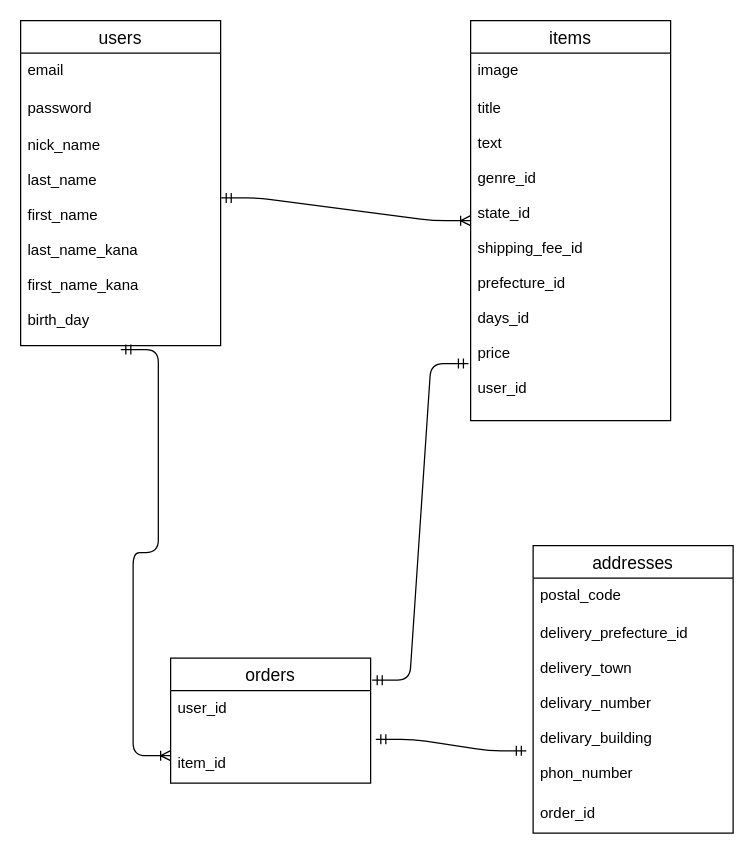
Earlier version of the draw.io diagram ER.dio (wwwyo/furima-31008). Source tidied: cells renumbered, new cells numbered last; positions are measured from the earlier drawing's top-left corner, leaving out a move shared by most shapes. Both pictures are drawn from the tidied source at 125%, with x=0, y=0 at pixel (20, 20).
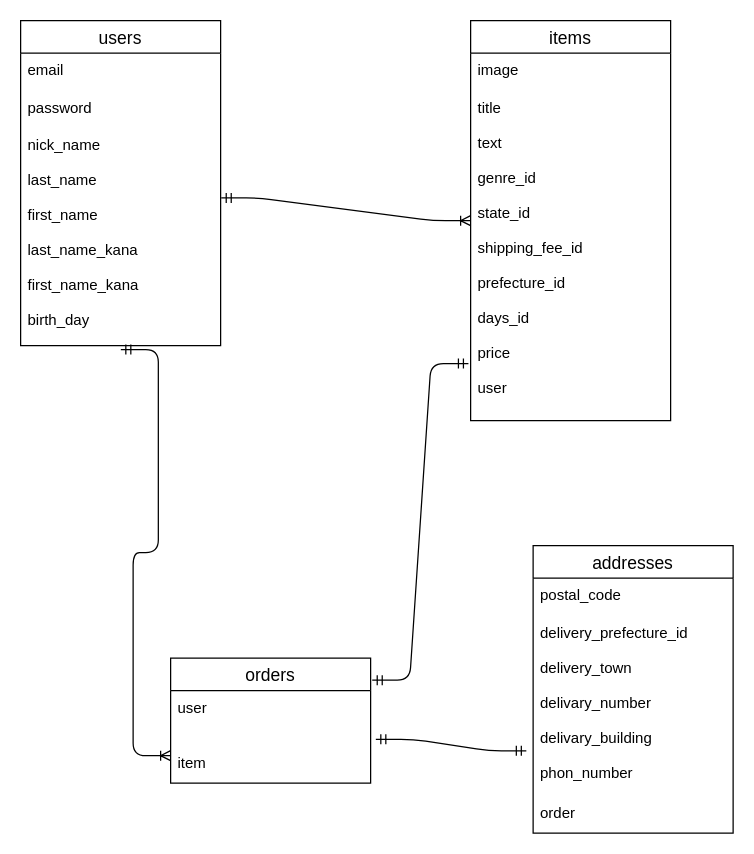
The same page after the edit.

Commit message (it also covers changes not shown here):
データベース設計（修正２）

The change refers to these unchanged cells:
```xml
<mxCell id="2" value="items" style="swimlane;fontStyle=0;horizontal=1;startSize=26;align=center;fontSize=14;" parent="1" vertex="1">
  <mxGeometry x="360" width="160" height="320" as="geometry" />
</mxCell>
<mxCell id="11" value="orders" style="swimlane;fontStyle=0;horizontal=1;startSize=26;align=center;fontSize=14;" parent="1" vertex="1">
  <mxGeometry x="120" y="510" width="160" height="100" as="geometry" />
</mxCell>
<mxCell id="16" value="addresses" style="swimlane;fontStyle=0;horizontal=1;startSize=26;align=center;fontSize=14;" parent="1" vertex="1">
  <mxGeometry x="410" y="420" width="160" height="230" as="geometry" />
</mxCell>
```

The edit, as a diff of the source:
```diff
@@
-    <mxCell id="4" value="title&#10;&#10;text&#10;&#10;genre_id&#10;&#10;state_id&#10;&#10;shipping_fee_id&#10;&#10;prefecture_id&#10;&#10;days_id&#10;&#10;price&#10;&#10;user_id&#10;&#10;&#10;" style="text;strokeColor=none;fillColor=none;spacingLeft=4;spacingRight=4;overflow=hidden;points=[[0,0.5],[1,0.5]];portConstraint=eastwest;fontSize=12;" parent="2" vertex="1">
+    <mxCell id="4" value="title&#10;&#10;text&#10;&#10;genre_id&#10;&#10;state_id&#10;&#10;shipping_fee_id&#10;&#10;prefecture_id&#10;&#10;days_id&#10;&#10;price&#10;&#10;user&#10;&#10;&#10;" style="text;strokeColor=none;fillColor=none;spacingLeft=4;spacingRight=4;overflow=hidden;points=[[0,0.5],[1,0.5]];portConstraint=eastwest;fontSize=12;" parent="2" vertex="1">
       <mxGeometry y="56" width="160" height="264" as="geometry" />
     </mxCell>
@@
-    <mxCell id="12" value="user_id" style="text;strokeColor=none;fillColor=none;spacingLeft=4;spacingRight=4;overflow=hidden;points=[[0,0.5],[1,0.5]];portConstraint=eastwest;fontSize=12;" parent="11" vertex="1">
+    <mxCell id="12" value="user" style="text;strokeColor=none;fillColor=none;spacingLeft=4;spacingRight=4;overflow=hidden;points=[[0,0.5],[1,0.5]];portConstraint=eastwest;fontSize=12;" parent="11" vertex="1">
       <mxGeometry y="26" width="160" height="44" as="geometry" />
     </mxCell>
-    <mxCell id="13" value="item_id&#10;" style="text;strokeColor=none;fillColor=none;spacingLeft=4;spacingRight=4;overflow=hidden;fontSize=12;" parent="11" vertex="1">
+    <mxCell id="13" value="item&#10;" style="text;strokeColor=none;fillColor=none;spacingLeft=4;spacingRight=4;overflow=hidden;fontSize=12;" parent="11" vertex="1">
       <mxGeometry y="70" width="160" height="30" as="geometry" />
     </mxCell>
@@
-    <mxCell id="19" value="order_id" style="text;strokeColor=none;fillColor=none;spacingLeft=4;spacingRight=4;overflow=hidden;fontSize=12;" parent="16" vertex="1">
+    <mxCell id="19" value="order" style="text;strokeColor=none;fillColor=none;spacingLeft=4;spacingRight=4;overflow=hidden;fontSize=12;" parent="16" vertex="1">
       <mxGeometry y="200" width="160" height="30" as="geometry" />
     </mxCell>
```
